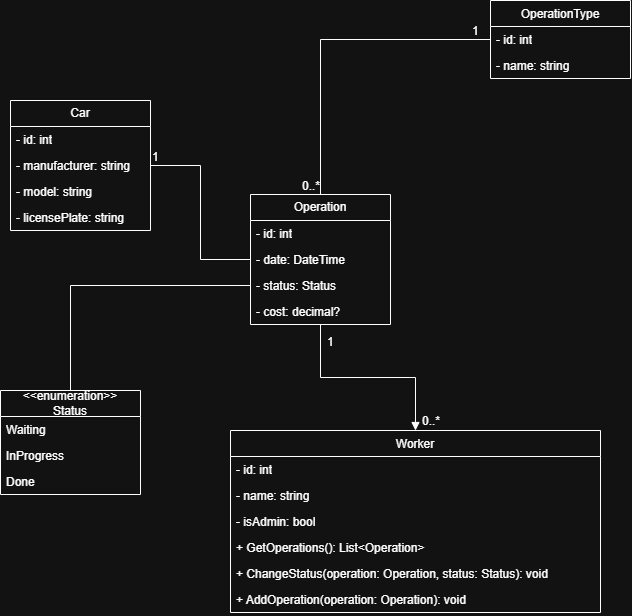
Before: CarParkOperation.drawio.png, a diagram exported from draw.io (EdRemets/Programmeerimine2). Source tidied: cells renumbered, new cells last; positions are measured from the earlier drawing's top-left corner, leaving out a move shared by most shapes.
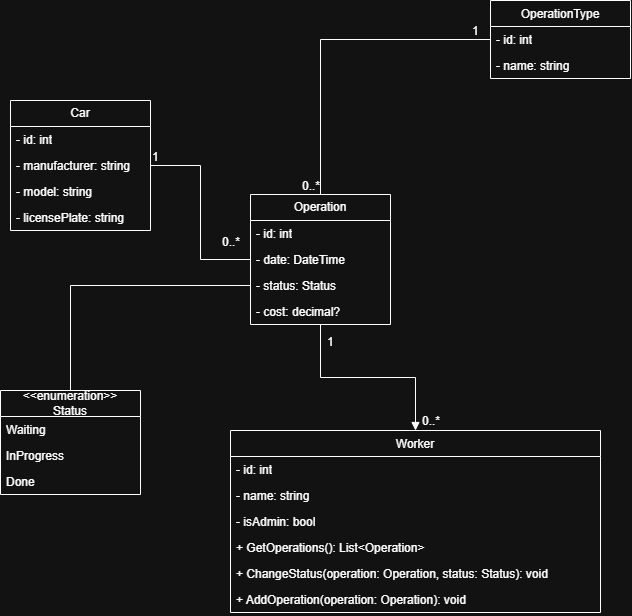
Above is the later version.

The edit, as a diff of the source:
```diff
@@ -105,5 +105,8 @@
     <mxCell id="34" value="0..*" style="edgeLabel;html=1;align=left;verticalAlign=bottom;fontFamily=Helvetica;fontSize=12;fontColor=default;rotation=0;" parent="1" vertex="1">
       <mxGeometry x="420" y="410" width="30" height="20" as="geometry" />
     </mxCell>
+    <mxCell id="35" value="0..*" style="edgeLabel;html=1;align=left;verticalAlign=bottom;fontFamily=Helvetica;fontSize=12;fontColor=default;" parent="1" vertex="1">
+      <mxGeometry x="220" y="250" as="geometry" />
+    </mxCell>
   </root>
 </mxGraphModel>
```
